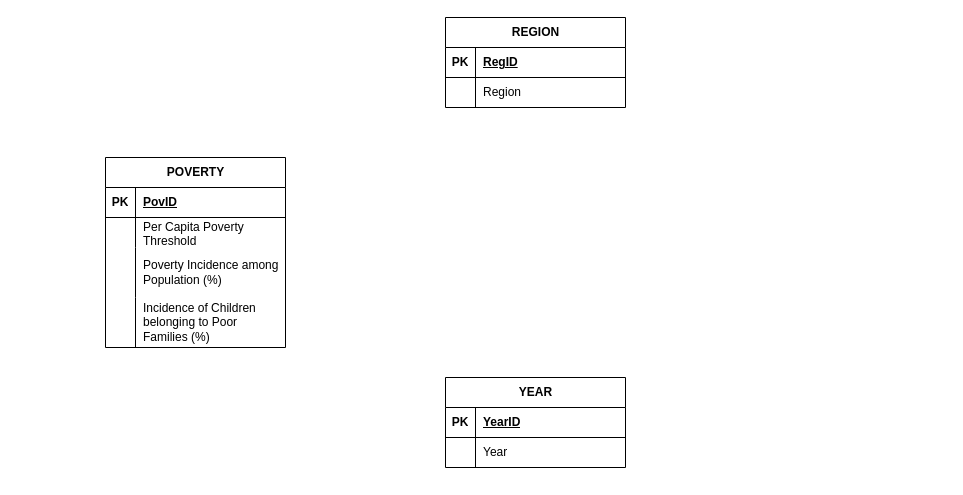
This is page "NRM" (3 of 3) of DECapstone diagrams.drawio from vinsanity2022/SPARTACapstone, a draw.io file, before an edit. Source tidied: cells renumbered, new cells numbered last; positions are measured from the earlier drawing's top-left corner, leaving out a move shared by most shapes. Both pictures are drawn from the tidied source at 100%, with x=0, y=0 at pixel (105, 17).
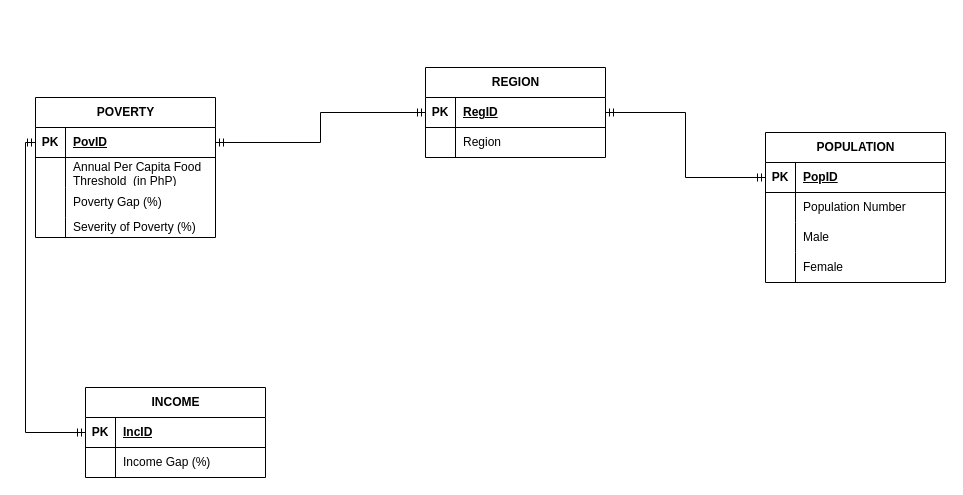
The same diagram, later.

The change refers to these unchanged cells:
```xml
<mxCell id="3" style="shape=tableRow;horizontal=0;startSize=0;swimlaneHead=0;swimlaneBody=0;fillColor=none;points=[[0,0.5],[1,0.5]];portConstraint=eastwest;top=0;left=0;right=0;bottom=1;" parent="2" vertex="1">
  <mxGeometry y="30" width="180" height="30" as="geometry" />
</mxCell>
<mxCell id="6" style="shape=tableRow;horizontal=0;startSize=0;swimlaneHead=0;swimlaneBody=0;fillColor=none;top=0;left=0;right=0;bottom=0;" parent="2" vertex="1">
  <mxGeometry y="60" width="180" height="30" as="geometry" />
</mxCell>
<mxCell id="16" style="shape=tableRow;horizontal=0;startSize=0;swimlaneHead=0;swimlaneBody=0;fillColor=none;points=[[0,0.5],[1,0.5]];portConstraint=eastwest;top=0;left=0;right=0;bottom=1;" parent="15" vertex="1">
  <mxGeometry y="30" width="180" height="30" as="geometry" />
</mxCell>
<mxCell id="19" style="shape=tableRow;horizontal=0;startSize=0;swimlaneHead=0;swimlaneBody=0;fillColor=none;top=0;left=0;right=0;bottom=0;" parent="15" vertex="1">
  <mxGeometry y="60" width="180" height="30" as="geometry" />
</mxCell>
<mxCell id="23" style="shape=tableRow;horizontal=0;startSize=0;swimlaneHead=0;swimlaneBody=0;fillColor=none;points=[[0,0.5],[1,0.5]];portConstraint=eastwest;top=0;left=0;right=0;bottom=1;" parent="22" vertex="1">
  <mxGeometry y="30" width="180" height="30" as="geometry" />
</mxCell>
```

The edit, as a diff of the source:
```diff
@@
     <mxCell id="2" value="POVERTY" style="shape=table;startSize=30;childLayout=tableLayout;rowLines=0;fontStyle=1;align=center;html=1;" parent="1" vertex="1">
-      <mxGeometry y="140" width="180" height="190" as="geometry" />
+      <mxGeometry x="-70" y="80" width="180" height="140" as="geometry" />
     </mxCell>
@@
-    <mxCell id="8" value="Per Capita Poverty Threshold" style="shape=partialRectangle;fillColor=none;top=0;left=0;bottom=0;right=0;align=left;spacingLeft=6;overflow=hidden;whiteSpace=wrap;html=1;" parent="6" vertex="1">
+    <mxCell id="8" value="Annual Per Capita Food Threshold&amp;nbsp; (in PhP)" style="shape=partialRectangle;fillColor=none;top=0;left=0;bottom=0;right=0;align=left;spacingLeft=6;overflow=hidden;whiteSpace=wrap;html=1;" parent="6" vertex="1">
       <mxGeometry x="30" width="150" height="30" as="geometry" />
     </mxCell>
     <mxCell id="9" style="shape=tableRow;horizontal=0;startSize=0;swimlaneHead=0;swimlaneBody=0;fillColor=none;top=0;left=0;right=0;bottom=0;" parent="2" vertex="1">
-      <mxGeometry y="90" width="180" height="50" as="geometry" />
+      <mxGeometry y="90" width="180" height="30" as="geometry" />
     </mxCell>
     <mxCell id="10" style="shape=partialRectangle;fillColor=none;top=0;left=0;bottom=0;right=0;overflow=hidden;whiteSpace=wrap;html=1;" parent="9" vertex="1">
-      <mxGeometry width="30" height="50" as="geometry" />
+      <mxGeometry width="30" height="30" as="geometry" />
     </mxCell>
-    <mxCell id="11" value="Poverty Incidence among Population (%)" style="shape=partialRectangle;fillColor=none;top=0;left=0;bottom=0;right=0;align=left;spacingLeft=6;overflow=hidden;whiteSpace=wrap;html=1;" parent="9" vertex="1">
-      <mxGeometry x="30" width="150" height="50" as="geometry" />
+    <mxCell id="11" value="Poverty Gap (%)" style="shape=partialRectangle;fillColor=none;top=0;left=0;bottom=0;right=0;align=left;spacingLeft=6;overflow=hidden;whiteSpace=wrap;html=1;" parent="9" vertex="1">
+      <mxGeometry x="30" width="150" height="30" as="geometry" />
     </mxCell>
     <mxCell id="12" style="shape=tableRow;horizontal=0;startSize=0;swimlaneHead=0;swimlaneBody=0;fillColor=none;top=0;left=0;right=0;bottom=0;" parent="2" vertex="1">
-      <mxGeometry y="140" width="180" height="50" as="geometry" />
+      <mxGeometry y="120" width="180" height="20" as="geometry" />
     </mxCell>
     <mxCell id="13" style="shape=partialRectangle;fillColor=none;top=0;left=0;bottom=0;right=0;overflow=hidden;whiteSpace=wrap;html=1;" parent="12" vertex="1">
-      <mxGeometry width="30" height="50" as="geometry" />
+      <mxGeometry width="30" height="20" as="geometry" />
     </mxCell>
-    <mxCell id="14" value="Incidence of Children belonging to Poor Families (%)" style="shape=partialRectangle;fillColor=none;top=0;left=0;bottom=0;right=0;align=left;spacingLeft=6;overflow=hidden;whiteSpace=wrap;html=1;" parent="12" vertex="1">
-      <mxGeometry x="30" width="150" height="50" as="geometry" />
+    <mxCell id="14" value="Severity of Poverty (%)" style="shape=partialRectangle;fillColor=none;top=0;left=0;bottom=0;right=0;align=left;spacingLeft=6;overflow=hidden;whiteSpace=wrap;html=1;" parent="12" vertex="1">
+      <mxGeometry x="30" width="150" height="20" as="geometry" />
     </mxCell>
-    <mxCell id="15" value="YEAR" style="shape=table;startSize=30;childLayout=tableLayout;rowLines=0;fontStyle=1;align=center;html=1;" parent="1" vertex="1">
-      <mxGeometry x="340" y="360" width="180" height="90" as="geometry" />
+    <mxCell id="15" value="INCOME" style="shape=table;startSize=30;childLayout=tableLayout;rowLines=0;fontStyle=1;align=center;html=1;" parent="1" vertex="1">
+      <mxGeometry x="-20" y="370" width="180" height="90" as="geometry" />
     </mxCell>
@@
-    <mxCell id="18" value="YearID" style="shape=partialRectangle;fillColor=none;top=0;left=0;bottom=0;right=0;align=left;spacingLeft=6;fontStyle=5;overflow=hidden;whiteSpace=wrap;html=1;" parent="16" vertex="1">
+    <mxCell id="18" value="IncID" style="shape=partialRectangle;fillColor=none;top=0;left=0;bottom=0;right=0;align=left;spacingLeft=6;fontStyle=5;overflow=hidden;whiteSpace=wrap;html=1;" parent="16" vertex="1">
       <mxGeometry x="30" width="150" height="30" as="geometry" />
     </mxCell>
@@
-    <mxCell id="21" value="Year" style="shape=partialRectangle;fillColor=none;top=0;left=0;bottom=0;right=0;align=left;spacingLeft=6;overflow=hidden;whiteSpace=wrap;html=1;" parent="19" vertex="1">
+    <mxCell id="21" value="Income Gap (%)" style="shape=partialRectangle;fillColor=none;top=0;left=0;bottom=0;right=0;align=left;spacingLeft=6;overflow=hidden;whiteSpace=wrap;html=1;" parent="19" vertex="1">
       <mxGeometry x="30" width="150" height="30" as="geometry" />
     </mxCell>
     <mxCell id="22" value="REGION" style="shape=table;startSize=30;childLayout=tableLayout;rowLines=0;fontStyle=1;align=center;html=1;" parent="1" vertex="1">
-      <mxGeometry x="340" width="180" height="90" as="geometry" />
+      <mxGeometry x="320" y="50" width="180" height="90" as="geometry" />
     </mxCell>
@@
+    <mxCell id="29" style="edgeStyle=orthogonalEdgeStyle;fontSize=12;html=1;endArrow=ERmandOne;startArrow=ERmandOne;rounded=0;entryX=0;entryY=0.5;entryDx=0;entryDy=0;" parent="1" edge="1" source="3" target="23">
+      <mxGeometry relative="1" as="geometry" />
+    </mxCell>
+    <mxCell id="30" style="edgeStyle=orthogonalEdgeStyle;fontSize=12;html=1;endArrow=ERmandOne;startArrow=ERmandOne;rounded=0;entryX=0;entryY=0.5;entryDx=0;entryDy=0;exitX=0;exitY=0.5;exitDx=0;exitDy=0;" parent="1" edge="1" source="3" target="16">
+      <mxGeometry relative="1" as="geometry" />
+    </mxCell>
+    <mxCell id="31" value="POPULATION" style="shape=table;startSize=30;childLayout=tableLayout;rowLines=0;fontStyle=1;align=center;html=1;" parent="1" vertex="1">
+      <mxGeometry x="660" y="115" width="180" height="150" as="geometry" />
+    </mxCell>
+    <mxCell id="32" style="shape=tableRow;horizontal=0;startSize=0;swimlaneHead=0;swimlaneBody=0;fillColor=none;points=[[0,0.5],[1,0.5]];portConstraint=eastwest;top=0;left=0;right=0;bottom=1;" parent="31" vertex="1">
+      <mxGeometry y="30" width="180" height="30" as="geometry" />
+    </mxCell>
+    <mxCell id="33" value="PK" style="shape=partialRectangle;fillColor=none;top=0;left=0;bottom=0;right=0;fontStyle=1;overflow=hidden;whiteSpace=wrap;html=1;" parent="32" vertex="1">
+      <mxGeometry width="30" height="30" as="geometry" />
+    </mxCell>
+    <mxCell id="34" value="PopID" style="shape=partialRectangle;fillColor=none;top=0;left=0;bottom=0;right=0;align=left;spacingLeft=6;fontStyle=5;overflow=hidden;whiteSpace=wrap;html=1;" parent="32" vertex="1">
+      <mxGeometry x="30" width="150" height="30" as="geometry" />
+    </mxCell>
+    <mxCell id="35" style="shape=tableRow;horizontal=0;startSize=0;swimlaneHead=0;swimlaneBody=0;fillColor=none;top=0;left=0;right=0;bottom=0;" parent="31" vertex="1">
+      <mxGeometry y="60" width="180" height="30" as="geometry" />
+    </mxCell>
+    <mxCell id="36" style="shape=partialRectangle;fillColor=none;top=0;left=0;bottom=0;right=0;overflow=hidden;whiteSpace=wrap;html=1;" parent="35" vertex="1">
+      <mxGeometry width="30" height="30" as="geometry" />
+    </mxCell>
+    <mxCell id="37" value="Population Number" style="shape=partialRectangle;fillColor=none;top=0;left=0;bottom=0;right=0;align=left;spacingLeft=6;overflow=hidden;whiteSpace=wrap;html=1;" parent="35" vertex="1">
+      <mxGeometry x="30" width="150" height="30" as="geometry" />
+    </mxCell>
+    <mxCell id="38" style="shape=tableRow;horizontal=0;startSize=0;swimlaneHead=0;swimlaneBody=0;fillColor=none;top=0;left=0;right=0;bottom=0;" parent="31" vertex="1">
+      <mxGeometry y="90" width="180" height="30" as="geometry" />
+    </mxCell>
+    <mxCell id="39" style="shape=partialRectangle;fillColor=none;top=0;left=0;bottom=0;right=0;overflow=hidden;whiteSpace=wrap;html=1;" parent="38" vertex="1">
+      <mxGeometry width="30" height="30" as="geometry" />
+    </mxCell>
+    <mxCell id="40" value="Male" style="shape=partialRectangle;fillColor=none;top=0;left=0;bottom=0;right=0;align=left;spacingLeft=6;overflow=hidden;whiteSpace=wrap;html=1;" parent="38" vertex="1">
+      <mxGeometry x="30" width="150" height="30" as="geometry" />
+    </mxCell>
+    <mxCell id="41" style="shape=tableRow;horizontal=0;startSize=0;swimlaneHead=0;swimlaneBody=0;fillColor=none;top=0;left=0;right=0;bottom=0;" parent="31" vertex="1">
+      <mxGeometry y="120" width="180" height="30" as="geometry" />
+    </mxCell>
+    <mxCell id="42" style="shape=partialRectangle;fillColor=none;top=0;left=0;bottom=0;right=0;overflow=hidden;whiteSpace=wrap;html=1;" parent="41" vertex="1">
+      <mxGeometry width="30" height="30" as="geometry" />
+    </mxCell>
+    <mxCell id="43" value="Female" style="shape=partialRectangle;fillColor=none;top=0;left=0;bottom=0;right=0;align=left;spacingLeft=6;overflow=hidden;whiteSpace=wrap;html=1;" parent="41" vertex="1">
+      <mxGeometry x="30" width="150" height="30" as="geometry" />
+    </mxCell>
+    <mxCell id="44" style="edgeStyle=orthogonalEdgeStyle;fontSize=12;html=1;endArrow=ERmandOne;startArrow=ERmandOne;rounded=0;entryX=0;entryY=0.5;entryDx=0;entryDy=0;" parent="1" edge="1" source="23" target="32">
+      <mxGeometry relative="1" as="geometry" />
+    </mxCell>
```
